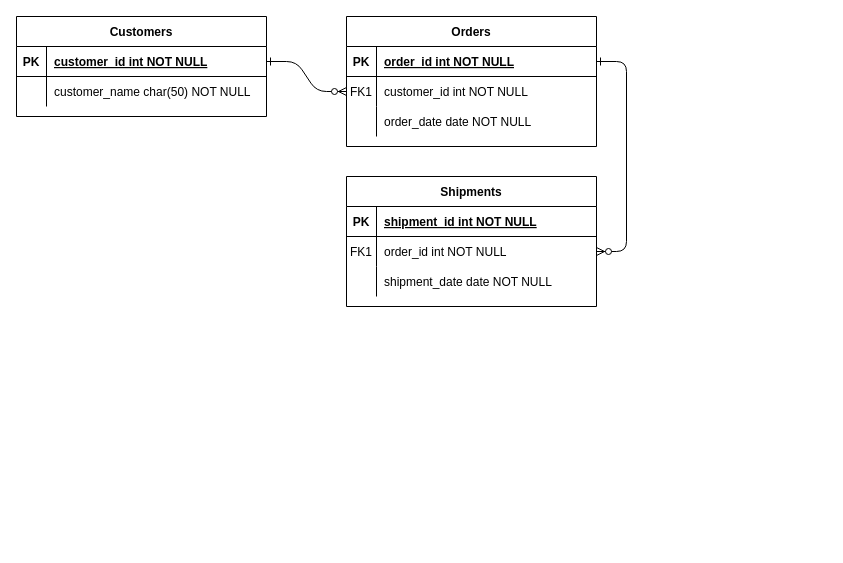
Above: Диаграмма без названия.drawio in MikhailKulagin/grnarm (draw.io), before the change. Source tidied: cells renumbered, new cells numbered last; positions are measured from the earlier drawing's top-left corner, leaving out a move shared by most shapes. Both pictures are drawn from the tidied source at 100%, with x=0, y=0 at pixel (16, 16).
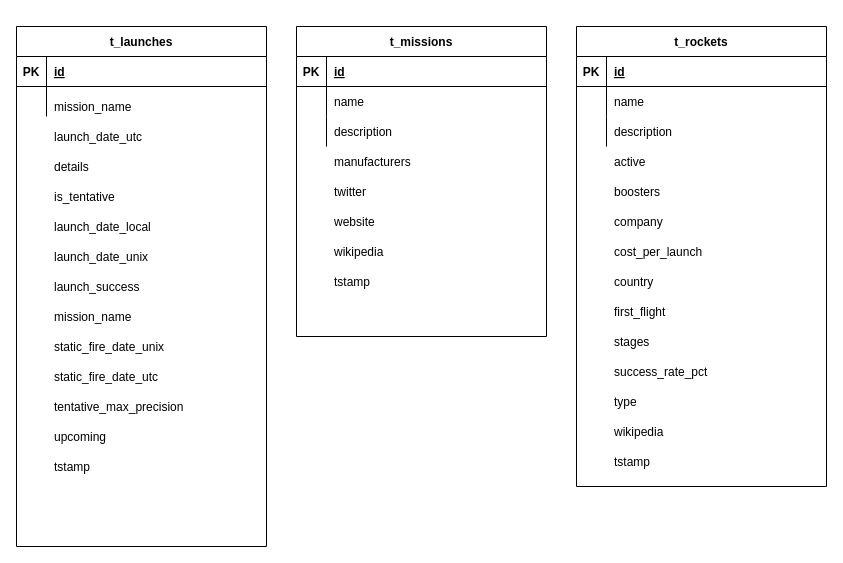
The same page after the edit.

Unchanged cells that the change refers to:
```xml
<mxCell id="5" style="shape=partialRectangle;fillColor=none;points=[[0,0.5],[1,0.5]];portConstraint=eastwest;top=0;left=0;right=0;bottom=1;" parent="4" vertex="1">
  <mxGeometry y="30" width="250" height="30" as="geometry" />
</mxCell>
<mxCell id="8" style="shape=partialRectangle;fillColor=none;points=[[0,0.5],[1,0.5]];portConstraint=eastwest;top=0;left=0;right=0;bottom=0;" parent="4" vertex="1">
  <mxGeometry y="60" width="250" height="30" as="geometry" />
</mxCell>
<mxCell id="11" style="shape=partialRectangle;fillColor=none;top=0;left=0;right=0;bottom=0;" parent="4" vertex="1">
  <mxGeometry y="90" width="250" height="30" as="geometry" />
</mxCell>
<mxCell id="15" style="shape=partialRectangle;fillColor=none;top=0;left=0;right=0;bottom=1;" parent="14" vertex="1">
  <mxGeometry y="30" width="250" height="30" as="geometry" />
</mxCell>
<mxCell id="18" style="shape=partialRectangle;fillColor=none;points=[[0,0.5],[1,0.5]];portConstraint=eastwest;top=0;left=0;right=0;bottom=0;" parent="14" vertex="1">
  <mxGeometry y="60" width="250" height="30" as="geometry" />
</mxCell>
<mxCell id="21" style="shape=partialRectangle;fillColor=none;top=0;left=0;right=0;bottom=0;" parent="14" vertex="1">
  <mxGeometry y="90" width="250" height="30" as="geometry" />
</mxCell>
<mxCell id="25" style="shape=partialRectangle;fillColor=none;points=[[0,0.5],[1,0.5]];portConstraint=eastwest;top=0;left=0;right=0;bottom=1;" parent="24" vertex="1">
  <mxGeometry y="30" width="250" height="30" as="geometry" />
</mxCell>
<mxCell id="28" style="shape=partialRectangle;fillColor=none;top=0;left=0;right=0;bottom=0;" parent="24" vertex="1">
  <mxGeometry y="60" width="250" height="30" as="geometry" />
</mxCell>
```

Change to the diagram source:
```diff
@@
-    <mxCell id="2" style="edgeStyle=entityRelationEdgeStyle;endArrow=ERzeroToMany;startArrow=ERone;endFill=1;startFill=0;" parent="1" edge="1" source="25" target="8">
-      <mxGeometry relative="1" as="geometry" />
-    </mxCell>
-    <mxCell id="3" style="edgeStyle=entityRelationEdgeStyle;endArrow=ERzeroToMany;startArrow=ERone;endFill=1;startFill=0;" parent="1" edge="1" source="5" target="18">
-      <mxGeometry relative="1" as="geometry" />
-    </mxCell>
-    <mxCell id="4" value="Orders" style="shape=table;startSize=30;childLayout=tableLayout;rowLines=0;fontStyle=1;align=center;" parent="1" vertex="1">
-      <mxGeometry x="330" width="250" height="130" as="geometry" />
+    <mxCell id="4" value="t_missions" style="shape=table;startSize=30;childLayout=tableLayout;rowLines=0;fontStyle=1;align=center;" parent="1" vertex="1">
+      <mxGeometry x="280" y="10" width="250" height="310" as="geometry" />
     </mxCell>
@@
-    <mxCell id="6" value="PK" style="shape=partialRectangle;overflow=hidden;fillColor=none;top=0;left=0;bottom=0;right=0;fontStyle=1;" parent="5" vertex="1">
+    <mxCell id="6" style="shape=partialRectangle;overflow=hidden;fillColor=none;top=0;left=0;bottom=0;right=0;fontStyle=1;" parent="5" vertex="1">
       <mxGeometry width="30" height="30" as="geometry" />
     </mxCell>
-    <mxCell id="7" value="order_id int NOT NULL " style="shape=partialRectangle;overflow=hidden;fillColor=none;top=0;left=0;bottom=0;right=0;align=left;spacingLeft=6;fontStyle=5;" parent="5" vertex="1">
+    <mxCell id="7" style="shape=partialRectangle;overflow=hidden;fillColor=none;top=0;left=0;bottom=0;right=0;align=left;spacingLeft=6;fontStyle=5;" parent="5" vertex="1">
       <mxGeometry x="30" width="220" height="30" as="geometry" />
     </mxCell>
@@
-    <mxCell id="9" value="FK1" style="shape=partialRectangle;overflow=hidden;fillColor=none;top=0;left=0;bottom=0;right=0;" parent="8" vertex="1">
+    <mxCell id="9" style="shape=partialRectangle;overflow=hidden;fillColor=none;top=0;left=0;bottom=0;right=0;" parent="8" vertex="1">
       <mxGeometry width="30" height="30" as="geometry" />
     </mxCell>
-    <mxCell id="10" value="customer_id int NOT NULL" style="shape=partialRectangle;overflow=hidden;fillColor=none;top=0;left=0;bottom=0;right=0;align=left;spacingLeft=6;" parent="8" vertex="1">
+    <mxCell id="10" style="shape=partialRectangle;overflow=hidden;fillColor=none;top=0;left=0;bottom=0;right=0;align=left;spacingLeft=6;" parent="8" vertex="1">
       <mxGeometry x="30" width="220" height="30" as="geometry" />
     </mxCell>
@@
-    <mxCell id="13" value="order_date date NOT NULL" style="shape=partialRectangle;overflow=hidden;fillColor=none;top=0;left=0;bottom=0;right=0;align=left;spacingLeft=6;" parent="11" vertex="1">
+    <mxCell id="13" style="shape=partialRectangle;overflow=hidden;fillColor=none;top=0;left=0;bottom=0;right=0;align=left;spacingLeft=6;" parent="11" vertex="1">
       <mxGeometry x="30" width="220" height="30" as="geometry" />
     </mxCell>
-    <mxCell id="14" value="Shipments" style="shape=table;startSize=30;childLayout=tableLayout;rowLines=0;fontStyle=1;align=center;" parent="1" vertex="1">
-      <mxGeometry x="330" y="160" width="250" height="130" as="geometry" />
+    <mxCell id="14" value="t_rockets" style="shape=table;startSize=30;childLayout=tableLayout;rowLines=0;fontStyle=1;align=center;" parent="1" vertex="1">
+      <mxGeometry x="560" y="10" width="250" height="460" as="geometry" />
     </mxCell>
@@
-    <mxCell id="16" value="PK" style="shape=partialRectangle;overflow=hidden;fillColor=none;top=0;left=0;bottom=0;right=0;fontStyle=1;" parent="15" vertex="1">
+    <mxCell id="16" style="shape=partialRectangle;overflow=hidden;fillColor=none;top=0;left=0;bottom=0;right=0;fontStyle=1;" parent="15" vertex="1">
       <mxGeometry width="30" height="30" as="geometry" />
     </mxCell>
-    <mxCell id="17" value="shipment_id int NOT NULL " style="shape=partialRectangle;overflow=hidden;fillColor=none;top=0;left=0;bottom=0;right=0;align=left;spacingLeft=6;fontStyle=5;" parent="15" vertex="1">
+    <mxCell id="17" style="shape=partialRectangle;overflow=hidden;fillColor=none;top=0;left=0;bottom=0;right=0;align=left;spacingLeft=6;fontStyle=5;" parent="15" vertex="1">
       <mxGeometry x="30" width="220" height="30" as="geometry" />
     </mxCell>
@@
-    <mxCell id="19" value="FK1" style="shape=partialRectangle;overflow=hidden;fillColor=none;top=0;left=0;bottom=0;right=0;" parent="18" vertex="1">
+    <mxCell id="19" style="shape=partialRectangle;overflow=hidden;fillColor=none;top=0;left=0;bottom=0;right=0;" parent="18" vertex="1">
       <mxGeometry width="30" height="30" as="geometry" />
     </mxCell>
-    <mxCell id="20" value="order_id int NOT NULL" style="shape=partialRectangle;overflow=hidden;fillColor=none;top=0;left=0;bottom=0;right=0;align=left;spacingLeft=6;" parent="18" vertex="1">
+    <mxCell id="20" style="shape=partialRectangle;overflow=hidden;fillColor=none;top=0;left=0;bottom=0;right=0;align=left;spacingLeft=6;" parent="18" vertex="1">
       <mxGeometry x="30" width="220" height="30" as="geometry" />
     </mxCell>
@@
-    <mxCell id="23" value="shipment_date date NOT NULL" style="shape=partialRectangle;overflow=hidden;fillColor=none;top=0;left=0;bottom=0;right=0;align=left;spacingLeft=6;" parent="21" vertex="1">
+    <mxCell id="23" style="shape=partialRectangle;overflow=hidden;fillColor=none;top=0;left=0;bottom=0;right=0;align=left;spacingLeft=6;" parent="21" vertex="1">
       <mxGeometry x="30" width="220" height="30" as="geometry" />
     </mxCell>
-    <mxCell id="24" value="Customers" style="shape=table;startSize=30;childLayout=tableLayout;rowLines=0;fontStyle=1;align=center;" parent="1" vertex="1">
-      <mxGeometry width="250" height="100" as="geometry" />
+    <mxCell id="24" value="t_launches" style="shape=table;startSize=30;childLayout=tableLayout;rowLines=0;fontStyle=1;align=center;" parent="1" vertex="1">
+      <mxGeometry y="10" width="250" height="520" as="geometry" />
     </mxCell>
@@
-    <mxCell id="27" value="customer_id int NOT NULL " style="shape=partialRectangle;overflow=hidden;fillColor=none;top=0;left=0;bottom=0;right=0;align=left;spacingLeft=6;fontStyle=5;" parent="25" vertex="1">
+    <mxCell id="27" value="id" style="shape=partialRectangle;overflow=hidden;fillColor=none;top=0;left=0;bottom=0;right=0;align=left;spacingLeft=6;fontStyle=5;" parent="25" vertex="1">
       <mxGeometry x="30" width="220" height="30" as="geometry" />
     </mxCell>
@@
-    <mxCell id="30" value="customer_name char(50) NOT NULL" style="shape=partialRectangle;overflow=hidden;fillColor=none;top=0;left=0;bottom=0;right=0;align=left;spacingLeft=6;" parent="28" vertex="1">
+    <mxCell id="30" style="shape=partialRectangle;overflow=hidden;fillColor=none;top=0;left=0;bottom=0;right=0;align=left;spacingLeft=6;" parent="28" vertex="1">
       <mxGeometry x="30" width="220" height="30" as="geometry" />
     </mxCell>
+    <mxCell id="31" value="mission_name" style="shape=partialRectangle;overflow=hidden;fillColor=none;top=0;left=0;bottom=0;right=0;align=left;spacingLeft=6;" parent="1" vertex="1">
+      <mxGeometry x="30" y="75" width="220" height="30" as="geometry" />
+    </mxCell>
+    <mxCell id="32" value="launch_date_utc" style="shape=partialRectangle;overflow=hidden;fillColor=none;top=0;left=0;bottom=0;right=0;align=left;spacingLeft=6;" parent="1" vertex="1">
+      <mxGeometry x="30" y="105" width="220" height="30" as="geometry" />
+    </mxCell>
+    <mxCell id="33" value="details" style="shape=partialRectangle;overflow=hidden;fillColor=none;top=0;left=0;bottom=0;right=0;align=left;spacingLeft=6;" parent="1" vertex="1">
+      <mxGeometry x="30" y="135" width="220" height="30" as="geometry" />
+    </mxCell>
+    <mxCell id="34" value="is_tentative" style="shape=partialRectangle;overflow=hidden;fillColor=none;top=0;left=0;bottom=0;right=0;align=left;spacingLeft=6;" parent="1" vertex="1">
+      <mxGeometry x="30" y="165" width="220" height="30" as="geometry" />
+    </mxCell>
+    <mxCell id="35" value="launch_date_local" style="shape=partialRectangle;overflow=hidden;fillColor=none;top=0;left=0;bottom=0;right=0;align=left;spacingLeft=6;" parent="1" vertex="1">
+      <mxGeometry x="30" y="195" width="220" height="30" as="geometry" />
+    </mxCell>
+    <mxCell id="36" value="launch_date_unix" style="shape=partialRectangle;overflow=hidden;fillColor=none;top=0;left=0;bottom=0;right=0;align=left;spacingLeft=6;" parent="1" vertex="1">
+      <mxGeometry x="30" y="225" width="220" height="30" as="geometry" />
+    </mxCell>
+    <mxCell id="37" value="launch_success" style="shape=partialRectangle;overflow=hidden;fillColor=none;top=0;left=0;bottom=0;right=0;align=left;spacingLeft=6;" parent="1" vertex="1">
+      <mxGeometry x="30" y="255" width="220" height="30" as="geometry" />
+    </mxCell>
+    <mxCell id="38" value="mission_name" style="shape=partialRectangle;overflow=hidden;fillColor=none;top=0;left=0;bottom=0;right=0;align=left;spacingLeft=6;" parent="1" vertex="1">
+      <mxGeometry x="30" y="285" width="220" height="30" as="geometry" />
+    </mxCell>
+    <mxCell id="39" value="static_fire_date_unix" style="shape=partialRectangle;overflow=hidden;fillColor=none;top=0;left=0;bottom=0;right=0;align=left;spacingLeft=6;" parent="1" vertex="1">
+      <mxGeometry x="30" y="315" width="220" height="30" as="geometry" />
+    </mxCell>
+    <mxCell id="40" value="static_fire_date_utc" style="shape=partialRectangle;overflow=hidden;fillColor=none;top=0;left=0;bottom=0;right=0;align=left;spacingLeft=6;" parent="1" vertex="1">
+      <mxGeometry x="30" y="345" width="220" height="30" as="geometry" />
+    </mxCell>
+    <mxCell id="41" value="tentative_max_precision" style="shape=partialRectangle;overflow=hidden;fillColor=none;top=0;left=0;bottom=0;right=0;align=left;spacingLeft=6;" parent="1" vertex="1">
+      <mxGeometry x="30" y="375" width="220" height="30" as="geometry" />
+    </mxCell>
+    <mxCell id="42" value="upcoming" style="shape=partialRectangle;overflow=hidden;fillColor=none;top=0;left=0;bottom=0;right=0;align=left;spacingLeft=6;" parent="1" vertex="1">
+      <mxGeometry x="30" y="405" width="220" height="30" as="geometry" />
+    </mxCell>
+    <mxCell id="43" value="tstamp" style="shape=partialRectangle;overflow=hidden;fillColor=none;top=0;left=0;bottom=0;right=0;align=left;spacingLeft=6;" parent="1" vertex="1">
+      <mxGeometry x="30" y="435" width="220" height="30" as="geometry" />
+    </mxCell>
+    <mxCell id="44" value="PK" style="shape=partialRectangle;overflow=hidden;fillColor=none;top=0;left=0;bottom=0;right=0;fontStyle=1;" parent="1" vertex="1">
+      <mxGeometry x="280" y="40" width="30" height="30" as="geometry" />
+    </mxCell>
+    <mxCell id="45" value="id" style="shape=partialRectangle;overflow=hidden;fillColor=none;top=0;left=0;bottom=0;right=0;align=left;spacingLeft=6;fontStyle=5;" parent="1" vertex="1">
+      <mxGeometry x="310" y="40" width="220" height="30" as="geometry" />
+    </mxCell>
+    <mxCell id="46" value="PK" style="shape=partialRectangle;overflow=hidden;fillColor=none;top=0;left=0;bottom=0;right=0;fontStyle=1;" parent="1" vertex="1">
+      <mxGeometry x="560" y="40" width="30" height="30" as="geometry" />
+    </mxCell>
+    <mxCell id="47" value="id" style="shape=partialRectangle;overflow=hidden;fillColor=none;top=0;left=0;bottom=0;right=0;align=left;spacingLeft=6;fontStyle=5;" parent="1" vertex="1">
+      <mxGeometry x="590" y="40" width="220" height="30" as="geometry" />
+    </mxCell>
+    <mxCell id="48" value="name" style="shape=partialRectangle;overflow=hidden;fillColor=none;top=0;left=0;bottom=0;right=0;align=left;spacingLeft=6;" parent="1" vertex="1">
+      <mxGeometry x="310" y="70" width="220" height="30" as="geometry" />
+    </mxCell>
+    <mxCell id="49" value="description" style="shape=partialRectangle;overflow=hidden;fillColor=none;top=0;left=0;bottom=0;right=0;align=left;spacingLeft=6;" parent="1" vertex="1">
+      <mxGeometry x="310" y="100" width="220" height="30" as="geometry" />
+    </mxCell>
+    <mxCell id="50" value="manufacturers" style="shape=partialRectangle;overflow=hidden;fillColor=none;top=0;left=0;bottom=0;right=0;align=left;spacingLeft=6;" parent="1" vertex="1">
+      <mxGeometry x="310" y="130" width="220" height="30" as="geometry" />
+    </mxCell>
+    <mxCell id="51" value="twitter" style="shape=partialRectangle;overflow=hidden;fillColor=none;top=0;left=0;bottom=0;right=0;align=left;spacingLeft=6;" parent="1" vertex="1">
+      <mxGeometry x="310" y="160" width="220" height="30" as="geometry" />
+    </mxCell>
+    <mxCell id="52" value="website" style="shape=partialRectangle;overflow=hidden;fillColor=none;top=0;left=0;bottom=0;right=0;align=left;spacingLeft=6;" parent="1" vertex="1">
+      <mxGeometry x="310" y="190" width="220" height="30" as="geometry" />
+    </mxCell>
+    <mxCell id="53" value="wikipedia" style="shape=partialRectangle;overflow=hidden;fillColor=none;top=0;left=0;bottom=0;right=0;align=left;spacingLeft=6;" parent="1" vertex="1">
+      <mxGeometry x="310" y="220" width="220" height="30" as="geometry" />
+    </mxCell>
+    <mxCell id="54" value="tstamp" style="shape=partialRectangle;overflow=hidden;fillColor=none;top=0;left=0;bottom=0;right=0;align=left;spacingLeft=6;" parent="1" vertex="1">
+      <mxGeometry x="310" y="250" width="220" height="30" as="geometry" />
+    </mxCell>
+    <mxCell id="55" value="name" style="shape=partialRectangle;overflow=hidden;fillColor=none;top=0;left=0;bottom=0;right=0;align=left;spacingLeft=6;" parent="1" vertex="1">
+      <mxGeometry x="590" y="70" width="220" height="30" as="geometry" />
+    </mxCell>
+    <mxCell id="56" value="description" style="shape=partialRectangle;overflow=hidden;fillColor=none;top=0;left=0;bottom=0;right=0;align=left;spacingLeft=6;" parent="1" vertex="1">
+      <mxGeometry x="590" y="100" width="220" height="30" as="geometry" />
+    </mxCell>
+    <mxCell id="57" value="active" style="shape=partialRectangle;overflow=hidden;fillColor=none;top=0;left=0;bottom=0;right=0;align=left;spacingLeft=6;" parent="1" vertex="1">
+      <mxGeometry x="590" y="130" width="220" height="30" as="geometry" />
+    </mxCell>
+    <mxCell id="58" value="boosters" style="shape=partialRectangle;overflow=hidden;fillColor=none;top=0;left=0;bottom=0;right=0;align=left;spacingLeft=6;" parent="1" vertex="1">
+      <mxGeometry x="590" y="160" width="220" height="30" as="geometry" />
+    </mxCell>
+    <mxCell id="59" value="company" style="shape=partialRectangle;overflow=hidden;fillColor=none;top=0;left=0;bottom=0;right=0;align=left;spacingLeft=6;" parent="1" vertex="1">
+      <mxGeometry x="590" y="190" width="220" height="30" as="geometry" />
+    </mxCell>
+    <mxCell id="60" value="cost_per_launch" style="shape=partialRectangle;overflow=hidden;fillColor=none;top=0;left=0;bottom=0;right=0;align=left;spacingLeft=6;" parent="1" vertex="1">
+      <mxGeometry x="590" y="220" width="220" height="30" as="geometry" />
+    </mxCell>
+    <mxCell id="61" value="country" style="shape=partialRectangle;overflow=hidden;fillColor=none;top=0;left=0;bottom=0;right=0;align=left;spacingLeft=6;" parent="1" vertex="1">
+      <mxGeometry x="590" y="250" width="220" height="30" as="geometry" />
+    </mxCell>
+    <mxCell id="62" value="first_flight" style="shape=partialRectangle;overflow=hidden;fillColor=none;top=0;left=0;bottom=0;right=0;align=left;spacingLeft=6;" parent="1" vertex="1">
+      <mxGeometry x="590" y="280" width="220" height="30" as="geometry" />
+    </mxCell>
+    <mxCell id="63" value="stages" style="shape=partialRectangle;overflow=hidden;fillColor=none;top=0;left=0;bottom=0;right=0;align=left;spacingLeft=6;" parent="1" vertex="1">
+      <mxGeometry x="590" y="310" width="220" height="30" as="geometry" />
+    </mxCell>
+    <mxCell id="64" value="success_rate_pct" style="shape=partialRectangle;overflow=hidden;fillColor=none;top=0;left=0;bottom=0;right=0;align=left;spacingLeft=6;" parent="1" vertex="1">
+      <mxGeometry x="590" y="340" width="220" height="30" as="geometry" />
+    </mxCell>
+    <mxCell id="65" value="type" style="shape=partialRectangle;overflow=hidden;fillColor=none;top=0;left=0;bottom=0;right=0;align=left;spacingLeft=6;" parent="1" vertex="1">
+      <mxGeometry x="590" y="370" width="220" height="30" as="geometry" />
+    </mxCell>
+    <mxCell id="66" value="wikipedia" style="shape=partialRectangle;overflow=hidden;fillColor=none;top=0;left=0;bottom=0;right=0;align=left;spacingLeft=6;" parent="1" vertex="1">
+      <mxGeometry x="590" y="400" width="220" height="30" as="geometry" />
+    </mxCell>
+    <mxCell id="67" value="tstamp" style="shape=partialRectangle;overflow=hidden;fillColor=none;top=0;left=0;bottom=0;right=0;align=left;spacingLeft=6;" parent="1" vertex="1">
+      <mxGeometry x="590" y="430" width="220" height="30" as="geometry" />
+    </mxCell>
```
